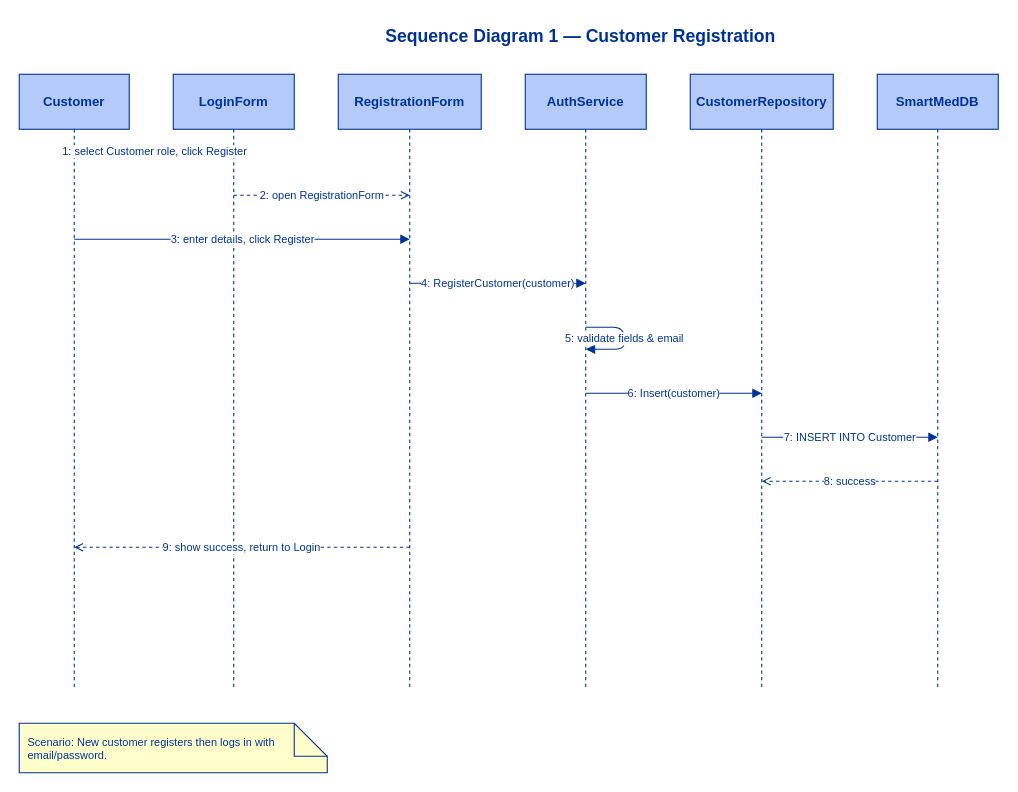
Earlier version of the draw.io diagram page "SD1 - Customer Registration" (1 of 3) of Docs/Diagrams/Sequence.drawio (MNSBaanu/SmartMed). Source tidied: cells renumbered, new cells numbered last; positions are measured from the earlier drawing's top-left corner, leaving out a move shared by most shapes. Both pictures are drawn from the tidied source at 110%, with x=0, y=0 at pixel (19, 19).
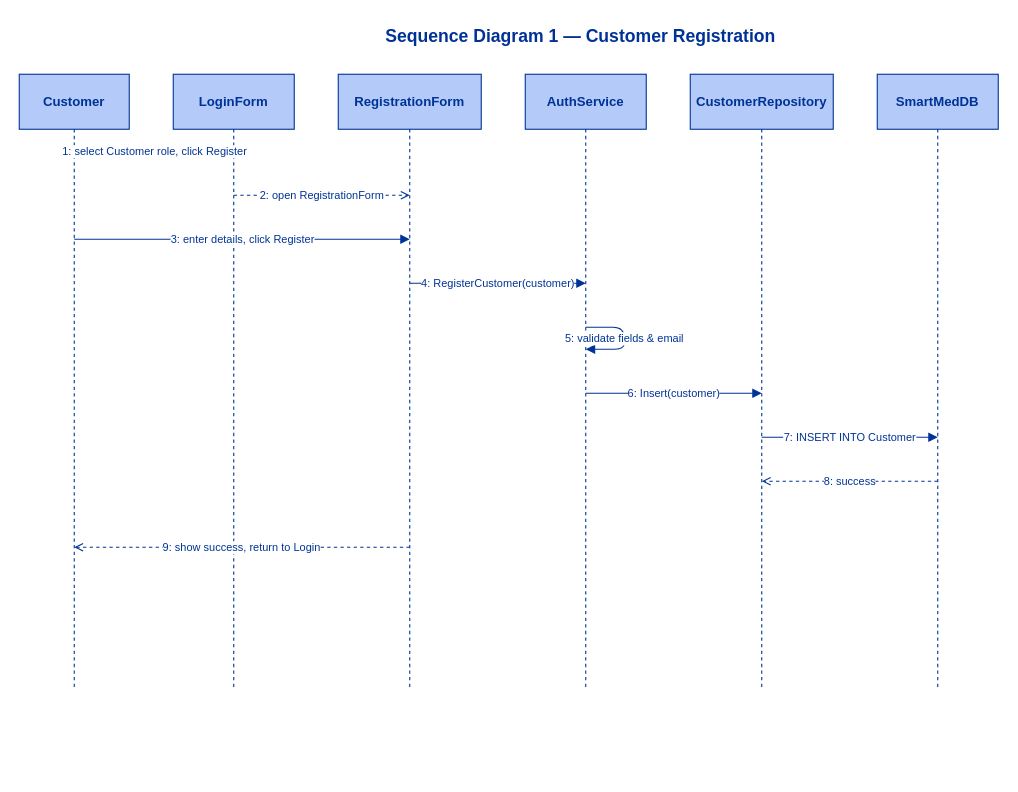
The same diagram, later.

The edit, as a diff of the source:
```diff
@@
-    <mxCell id="18" value="Scenario: New customer registers then logs in with email/password." style="shape=note;whiteSpace=wrap;html=1;backgroundOutline=1;strokeColor=#003296;fillColor=#ffffcc;fontColor=#003296;fontFamily=Helvetica;fontSize=10;align=left;spacingLeft=6;" parent="1" vertex="1">
-      <mxGeometry y="640" width="280" height="45" as="geometry" />
-    </mxCell>
```
